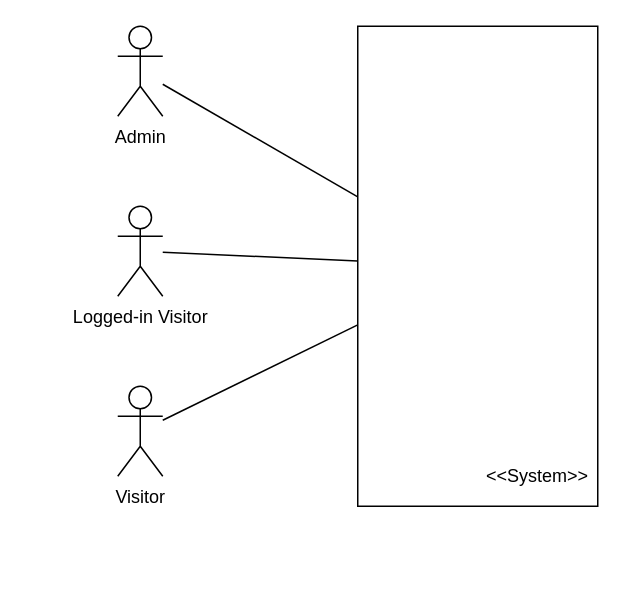
This is Cadrage/context.drawio from JgPhil/Blog, a draw.io file, before an edit. Source tidied: cells renumbered, new cells numbered last; positions are measured from the earlier drawing's top-left corner, leaving out a move shared by most shapes. Both pictures are drawn from the tidied source at 150%, with x=0, y=0 at pixel (117, 26).
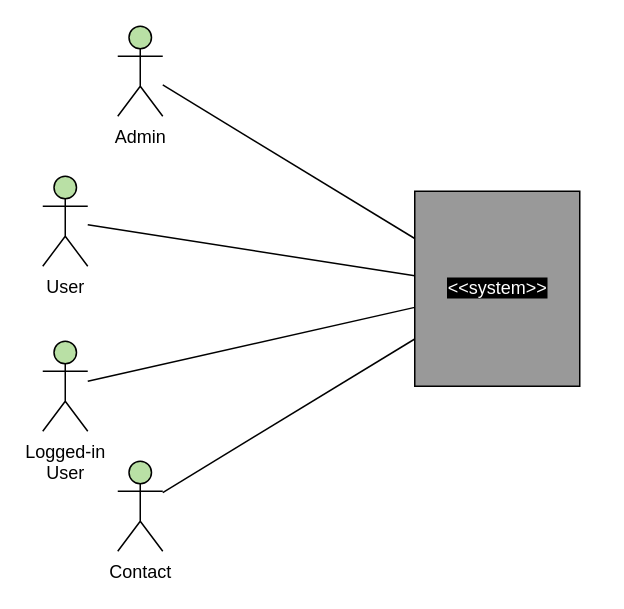
The same diagram, later.

Change to the diagram source:
```diff
@@
 <mxGraphModel>
   <root>
     <mxCell id="0" />
     <mxCell id="1" parent="0" />
+    <mxCell id="10" value="&lt;span style=&quot;background-color: rgb(0 , 0 , 0)&quot;&gt;&lt;font color=&quot;#ffffff&quot;&gt;&amp;lt;&amp;lt;system&amp;gt;&amp;gt;&lt;/font&gt;&lt;/span&gt;" style="html=1;fillColor=#999999;" parent="1" vertex="1">
+      <mxGeometry x="198" y="110" width="110" height="130" as="geometry" />
+    </mxCell>
-    <mxCell id="2" value="Admin" style="shape=umlActor;verticalLabelPosition=bottom;labelBackgroundColor=#ffffff;verticalAlign=top;html=1;" parent="1" vertex="1">
+    <mxCell id="2" value="Admin" style="shape=umlActor;verticalLabelPosition=bottom;labelBackgroundColor=#ffffff;verticalAlign=top;html=1;fillColor=#B9E0A5;" parent="1" vertex="1">
       <mxGeometry width="30" height="60" as="geometry" />
     </mxCell>
-    <mxCell id="3" style="rounded=0;whiteSpace=wrap;html=1;" parent="1" vertex="1">
-      <mxGeometry x="160" width="160" height="320" as="geometry" />
-    </mxCell>
-    <mxCell id="4" value="&amp;lt;&amp;lt;System&amp;gt;&amp;gt;" style="text;html=1;strokeColor=none;fillColor=none;align=center;verticalAlign=middle;whiteSpace=wrap;rounded=0;" parent="1" vertex="1">
-      <mxGeometry x="260" y="290" width="40" height="20" as="geometry" />
-    </mxCell>
-    <mxCell id="5" value="Logged-in Visitor" style="shape=umlActor;verticalLabelPosition=bottom;labelBackgroundColor=#ffffff;verticalAlign=top;html=1;" parent="1" vertex="1">
-      <mxGeometry y="120" width="30" height="60" as="geometry" />
-    </mxCell>
-    <mxCell id="6" value="Visitor" style="shape=umlActor;verticalLabelPosition=bottom;labelBackgroundColor=#ffffff;verticalAlign=top;html=1;" parent="1" vertex="1">
-      <mxGeometry y="240" width="30" height="60" as="geometry" />
-    </mxCell>
-    <mxCell id="7" style="endArrow=none;html=1;" parent="1" edge="1" source="2" target="3">
-      <mxGeometry relative="1" as="geometry" />
-    </mxCell>
-    <mxCell id="8" style="endArrow=none;html=1;" parent="1" edge="1" source="5" target="3">
-      <mxGeometry relative="1" as="geometry" />
-    </mxCell>
-    <mxCell id="9" style="endArrow=none;html=1;" parent="1" edge="1" source="6" target="3">
-      <mxGeometry relative="1" as="geometry" />
-    </mxCell>
+    <mxCell id="11" value="User" style="shape=umlActor;verticalLabelPosition=bottom;labelBackgroundColor=#ffffff;verticalAlign=top;html=1;fillColor=#B9E0A5;" parent="1" vertex="1">
+      <mxGeometry x="-50" y="100" width="30" height="60" as="geometry" />
+    </mxCell>
+    <mxCell id="12" style="endArrow=none;html=1;" parent="1" edge="1" source="2" target="10">
+      <mxGeometry relative="1" as="geometry" />
+    </mxCell>
+    <mxCell id="13" style="endArrow=none;html=1;" parent="1" edge="1" source="11" target="10">
+      <mxGeometry relative="1" as="geometry" />
+    </mxCell>
+    <mxCell id="14" value="Contact" style="shape=umlActor;verticalLabelPosition=bottom;labelBackgroundColor=#ffffff;verticalAlign=top;html=1;fillColor=#B9E0A5;" parent="1" vertex="1">
+      <mxGeometry y="290" width="30" height="60" as="geometry" />
+    </mxCell>
+    <mxCell id="15" style="endArrow=none;html=1;" parent="1" edge="1" source="14" target="10">
+      <mxGeometry relative="1" as="geometry" />
+    </mxCell>
+    <mxCell id="16" value="Logged-in&lt;br&gt;User" style="shape=umlActor;verticalLabelPosition=bottom;labelBackgroundColor=#ffffff;verticalAlign=top;html=1;fillColor=#B9E0A5;" parent="1" vertex="1">
+      <mxGeometry x="-50" y="210" width="30" height="60" as="geometry" />
+    </mxCell>
+    <mxCell id="17" style="endArrow=none;html=1;" parent="1" edge="1" source="16" target="10">
+      <mxGeometry relative="1" as="geometry" />
+    </mxCell>
   </root>
 </mxGraphModel>
```
